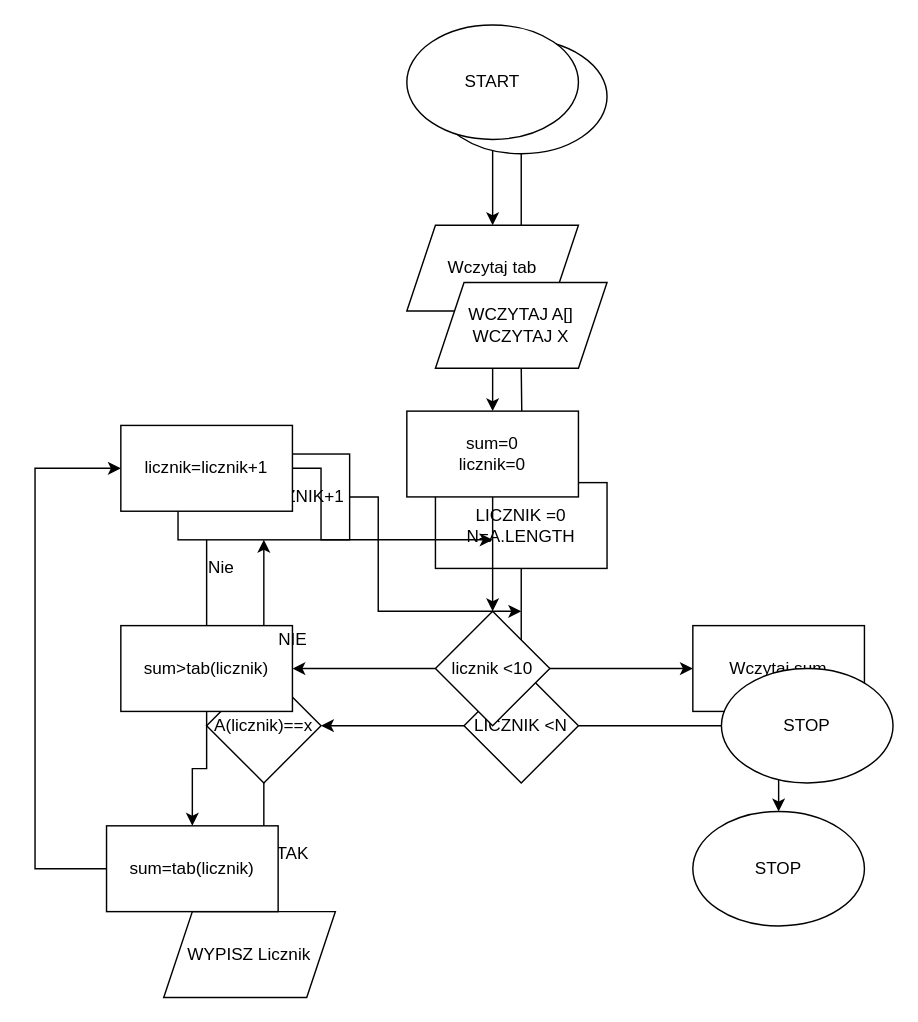
This is Untitled Diagram.drawio from kopczynskikam/SQL, a draw.io file, before an edit. Source tidied: cells renumbered, new cells numbered last; positions are measured from the earlier drawing's top-left corner, leaving out a move shared by most shapes. Both pictures are drawn from the tidied source at 143%, with x=0, y=0 at pixel (34, 24).
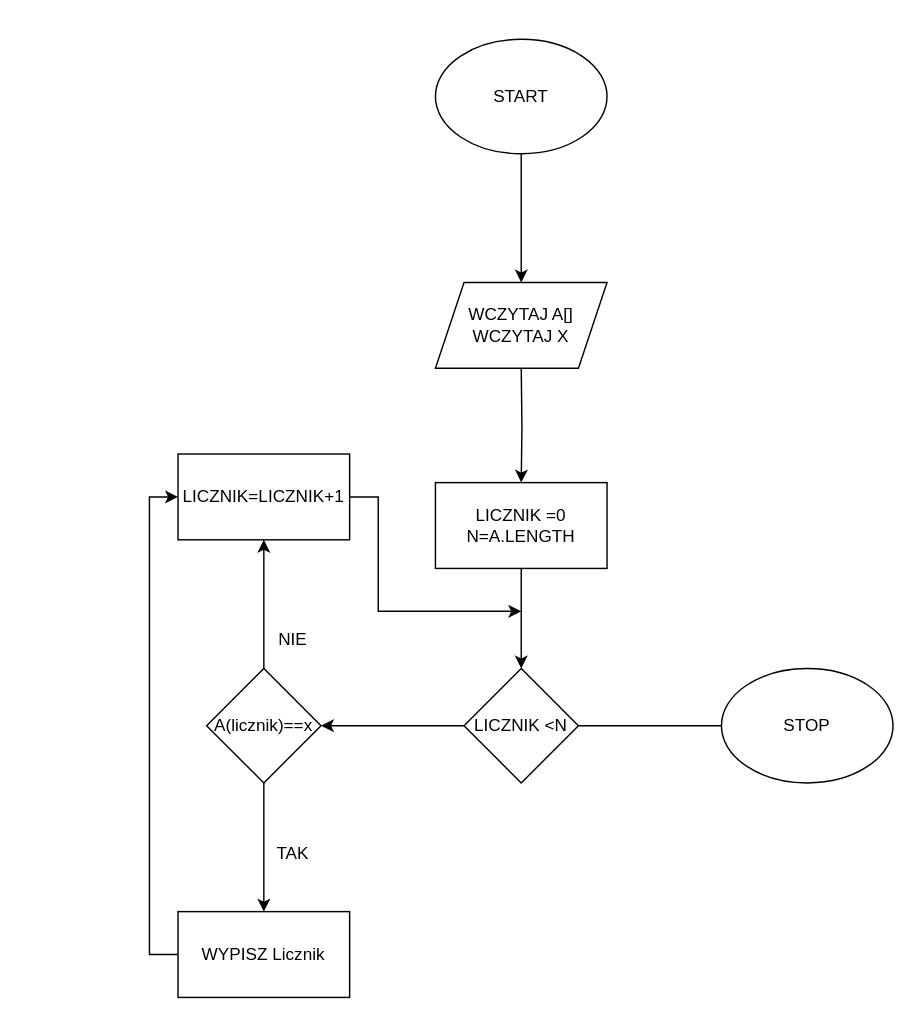
After the change.

Unchanged cells that the change refers to:
```xml
<mxCell id="24" value="A(licznik)==x" style="rhombus;whiteSpace=wrap;html=1;" parent="1" vertex="1">
  <mxGeometry x="120" y="450" width="80" height="80" as="geometry" />
</mxCell>
<mxCell id="30" value="LICZNIK=LICZNIK+1" style="whiteSpace=wrap;html=1;" parent="1" vertex="1">
  <mxGeometry x="100" y="300" width="120" height="60" as="geometry" />
</mxCell>
```

The edit, as a diff of the source:
```diff
@@
-    <mxCell id="3" style="edgeStyle=orthogonalEdgeStyle;rounded=0;jettySize=auto;html=1;" parent="1" edge="1" source="5" target="9">
-      <mxGeometry relative="1" as="geometry" />
-    </mxCell>
@@
-    <mxCell id="5" value="START" style="ellipse;whiteSpace=wrap;html=1;" parent="1" vertex="1">
-      <mxGeometry x="260" width="120" height="80" as="geometry" />
-    </mxCell>
@@
-    <mxCell id="7" style="edgeStyle=orthogonalEdgeStyle;rounded=0;jettySize=auto;html=1;" parent="1" edge="1" source="9" target="13">
-      <mxGeometry relative="1" as="geometry" />
-    </mxCell>
@@
-    <mxCell id="9" value="Wczytaj tab" style="shape=parallelogram;perimeter=parallelogramPerimeter;whiteSpace=wrap;html=1;fixedSize=1;" parent="1" vertex="1">
-      <mxGeometry x="260" y="140" width="120" height="60" as="geometry" />
-    </mxCell>
@@
-    <mxCell id="11" style="edgeStyle=orthogonalEdgeStyle;rounded=0;jettySize=auto;html=1;" parent="1" edge="1" source="13" target="19">
-      <mxGeometry relative="1" as="geometry" />
-    </mxCell>
@@
-    <mxCell id="13" value="&lt;div&gt;sum=0&lt;br&gt;&lt;/div&gt;&lt;div&gt;licznik=0&lt;/div&gt;" style="rounded=0;whiteSpace=wrap;html=1;" parent="1" vertex="1">
-      <mxGeometry x="260" y="270" width="120" height="60" as="geometry" />
-    </mxCell>
+    <mxCell id="41" style="edgeStyle=orthogonalEdgeStyle;rounded=0;jettySize=auto;html=1;entryX=0;entryY=0.5;entryDx=0;entryDy=0;" parent="1" edge="1" source="38" target="30">
+      <mxGeometry relative="1" as="geometry">
+        <Array as="points">
+          <mxPoint x="80" y="650" />
+          <mxPoint x="80" y="330" />
+        </Array>
+      </mxGeometry>
+    </mxCell>
+    <mxCell id="38" value="WYPISZ Licznik" style="whiteSpace=wrap;html=1;" parent="1" vertex="1">
+      <mxGeometry x="100" y="620" width="120" height="60" as="geometry" />
+    </mxCell>
@@
-    <mxCell id="15" style="edgeStyle=orthogonalEdgeStyle;rounded=0;jettySize=auto;html=1;entryX=0;entryY=0.5;entryDx=0;entryDy=0;" parent="1" edge="1" source="19" target="23">
-      <mxGeometry relative="1" as="geometry" />
-    </mxCell>
@@
-    <mxCell id="17" style="edgeStyle=orthogonalEdgeStyle;rounded=0;jettySize=auto;html=1;" parent="1" edge="1" source="19">
-      <mxGeometry relative="1" as="geometry">
-        <mxPoint x="180" y="450" as="targetPoint" />
-      </mxGeometry>
-    </mxCell>
@@
-    <mxCell id="19" value="licznik &amp;lt;10" style="rhombus;whiteSpace=wrap;html=1;" parent="1" vertex="1">
-      <mxGeometry x="280" y="410" width="80" height="80" as="geometry" />
-    </mxCell>
-    <mxCell id="20" style="edgeStyle=orthogonalEdgeStyle;rounded=0;jettySize=auto;html=1;entryX=0.5;entryY=0;entryDx=0;entryDy=0;" parent="1" edge="1" source="24" target="38">
+    <mxCell id="20" style="edgeStyle=orthogonalEdgeStyle;rounded=0;jettySize=auto;html=1;" parent="1" edge="1" source="24" target="38">
       <mxGeometry relative="1" as="geometry" />
     </mxCell>
-    <mxCell id="21" style="edgeStyle=orthogonalEdgeStyle;rounded=0;jettySize=auto;html=1;" parent="1" edge="1" source="23" target="25">
-      <mxGeometry relative="1" as="geometry" />
-    </mxCell>
@@
-    <mxCell id="23" value="Wczytaj sum" style="rounded=0;whiteSpace=wrap;html=1;" parent="1" vertex="1">
-      <mxGeometry x="460" y="420" width="120" height="60" as="geometry" />
-    </mxCell>
@@
-    <mxCell id="25" value="STOP" style="ellipse;whiteSpace=wrap;html=1;rounded=0;" parent="1" vertex="1">
-      <mxGeometry x="460" y="550" width="120" height="80" as="geometry" />
-    </mxCell>
@@
-    <mxCell id="27" style="edgeStyle=orthogonalEdgeStyle;rounded=0;jettySize=auto;html=1;" parent="1" edge="1" source="31" target="35">
-      <mxGeometry relative="1" as="geometry" />
-    </mxCell>
-    <mxCell id="28" style="edgeStyle=orthogonalEdgeStyle;rounded=0;jettySize=auto;html=1;exitX=1;exitY=0.5;exitDx=0;exitDy=0;" parent="1" edge="1" source="30">
-      <mxGeometry relative="1" as="geometry">
-        <mxPoint x="340" y="410" as="targetPoint" />
-        <Array as="points">
-          <mxPoint x="240" y="330" />
-          <mxPoint x="240" y="410" />
-          <mxPoint x="340" y="410" />
-        </Array>
-      </mxGeometry>
-    </mxCell>
-    <mxCell id="29" style="edgeStyle=orthogonalEdgeStyle;rounded=0;jettySize=auto;html=1;" parent="1" edge="1" source="31" target="40">
-      <mxGeometry relative="1" as="geometry" />
-    </mxCell>
+    <mxCell id="42" style="edgeStyle=orthogonalEdgeStyle;rounded=0;jettySize=auto;html=1;" parent="1" edge="1" source="30">
+      <mxGeometry relative="1" as="geometry">
+        <mxPoint x="340" y="410" as="targetPoint" />
+        <Array as="points">
+          <mxPoint x="240" y="330" />
+          <mxPoint x="240" y="410" />
+          <mxPoint x="340" y="410" />
+        </Array>
+      </mxGeometry>
+    </mxCell>
@@
-    <mxCell id="31" value="sum&amp;gt;tab(licznik) " style="rounded=0;whiteSpace=wrap;html=1;" parent="1" vertex="1">
-      <mxGeometry x="60" y="420" width="120" height="60" as="geometry" />
-    </mxCell>
@@
-    <mxCell id="33" style="edgeStyle=orthogonalEdgeStyle;rounded=0;jettySize=auto;html=1;exitX=1;exitY=0.5;exitDx=0;exitDy=0;" parent="1" edge="1" source="35">
-      <mxGeometry relative="1" as="geometry">
-        <mxPoint x="320" y="360" as="targetPoint" />
-        <Array as="points">
-          <mxPoint x="200" y="310" />
-          <mxPoint x="200" y="360" />
-          <mxPoint x="320" y="360" />
-        </Array>
-      </mxGeometry>
-    </mxCell>
@@
-    <mxCell id="35" value="licznik=licznik+1" style="whiteSpace=wrap;html=1;rounded=0;" parent="1" vertex="1">
-      <mxGeometry x="60" y="280" width="120" height="60" as="geometry" />
-    </mxCell>
@@
-    <mxCell id="37" value="Nie" style="text;html=1;align=center;verticalAlign=middle;" parent="1" vertex="1">
-      <mxGeometry x="115" y="370" width="30" height="20" as="geometry" />
-    </mxCell>
-    <mxCell id="38" value="WYPISZ Licznik" style="shape=parallelogram;perimeter=parallelogramPerimeter;whiteSpace=wrap;html=1;fixedSize=1;" parent="1" vertex="1">
-      <mxGeometry x="90" y="620" width="120" height="60" as="geometry" />
-    </mxCell>
-    <mxCell id="39" style="edgeStyle=orthogonalEdgeStyle;rounded=0;jettySize=auto;html=1;entryX=0;entryY=0.5;entryDx=0;entryDy=0;" parent="1" edge="1" source="40" target="35">
-      <mxGeometry relative="1" as="geometry">
-        <Array as="points">
-          <mxPoint y="590" />
-          <mxPoint y="310" />
-        </Array>
-      </mxGeometry>
-    </mxCell>
-    <mxCell id="40" value="sum=tab(licznik) " style="rounded=0;whiteSpace=wrap;html=1;" parent="1" vertex="1">
-      <mxGeometry x="50" y="560" width="120" height="60" as="geometry" />
-    </mxCell>
```
